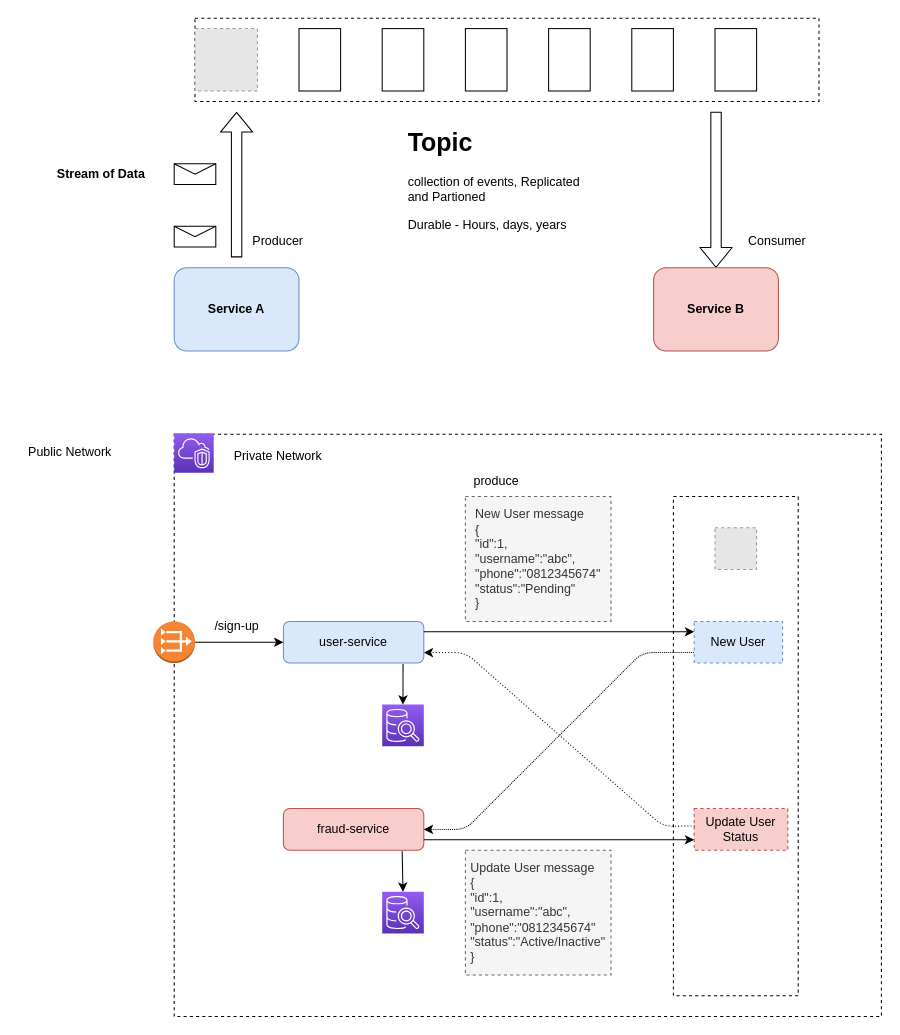
Earlier version of the draw.io diagram kafka.drawio (josdoaitran/full-example-kafka-java-springboot). Source tidied: cells renumbered, new cells numbered last; positions are measured from the earlier drawing's top-left corner, leaving out a move shared by most shapes. Both pictures are drawn from the tidied source at 104%, with x=0, y=0 at pixel (18, 18). Pictures stored in the file or linked from it are replaced by grey dashed boxes.
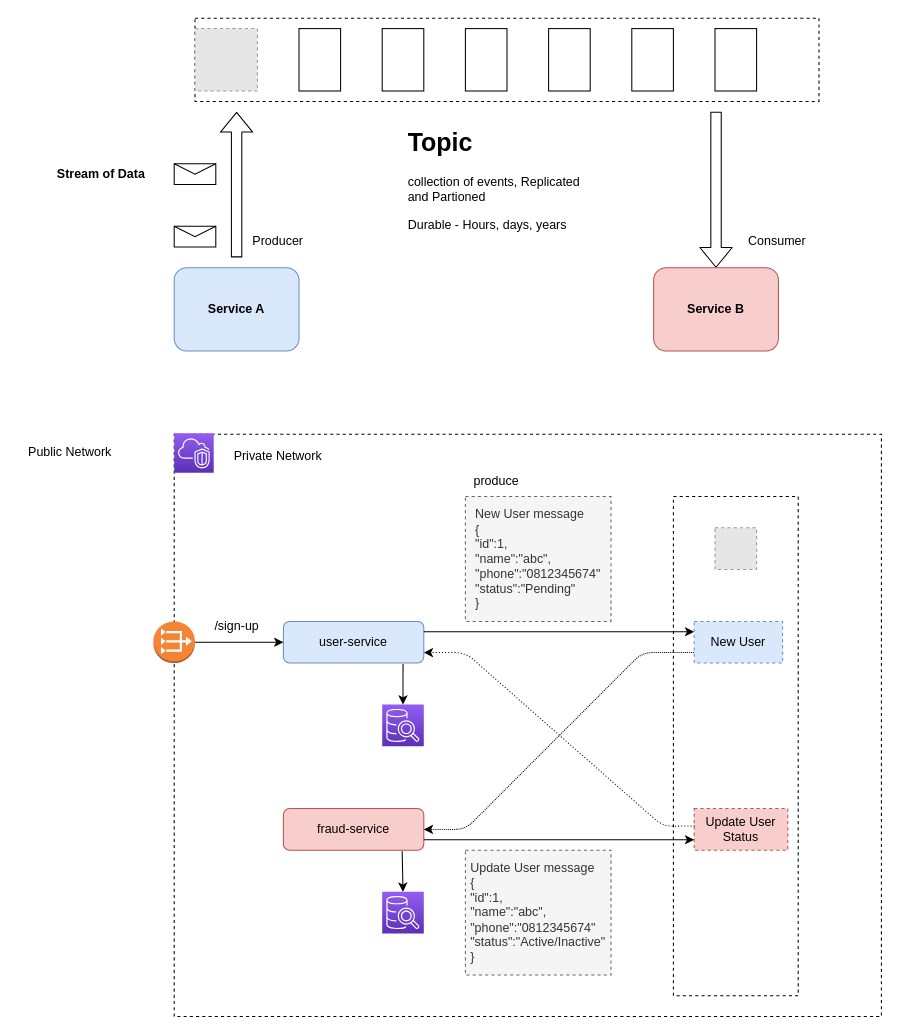
The same page after the edit.

Change to the diagram source:
```diff
@@
-    <mxCell id="32" value="&lt;div style=&quot;text-align: left&quot;&gt;&lt;span&gt;New User message&lt;/span&gt;&lt;/div&gt;&lt;div style=&quot;text-align: left&quot;&gt;&lt;span&gt;{&lt;/span&gt;&lt;/div&gt;&lt;div style=&quot;text-align: left&quot;&gt;&lt;span&gt;&quot;id&quot;:1,&lt;br&gt;&quot;username&quot;:&quot;abc&quot;,&lt;br&gt;&quot;phone&quot;:&quot;0812345674&quot;&lt;br&gt;&quot;status&quot;:&quot;Pending&quot;&lt;/span&gt;&lt;/div&gt;&lt;div style=&quot;text-align: left&quot;&gt;&lt;span&gt;}&lt;/span&gt;&lt;/div&gt;" style="text;html=1;strokeColor=#666666;fillColor=#f5f5f5;align=center;verticalAlign=middle;whiteSpace=wrap;rounded=0;dashed=1;fontColor=#333333;" parent="1" vertex="1">
+    <mxCell id="32" value="&lt;div style=&quot;text-align: left&quot;&gt;&lt;span&gt;New User message&lt;/span&gt;&lt;/div&gt;&lt;div style=&quot;text-align: left&quot;&gt;&lt;span&gt;{&lt;/span&gt;&lt;/div&gt;&lt;div style=&quot;text-align: left&quot;&gt;&lt;span&gt;&quot;id&quot;:1,&lt;br&gt;&quot;name&quot;:&quot;abc&quot;,&lt;br&gt;&quot;phone&quot;:&quot;0812345674&quot;&lt;br&gt;&quot;status&quot;:&quot;Pending&quot;&lt;/span&gt;&lt;/div&gt;&lt;div style=&quot;text-align: left&quot;&gt;&lt;span&gt;}&lt;/span&gt;&lt;/div&gt;" style="text;html=1;strokeColor=#666666;fillColor=#f5f5f5;align=center;verticalAlign=middle;whiteSpace=wrap;rounded=0;dashed=1;fontColor=#333333;" parent="1" vertex="1">
       <mxGeometry x="430" y="460" width="140" height="120" as="geometry" />
     </mxCell>
@@
-    <mxCell id="43" value="&lt;div style=&quot;text-align: left&quot;&gt;&lt;span&gt;Update User message&lt;/span&gt;&lt;/div&gt;&lt;div style=&quot;text-align: left&quot;&gt;&lt;span&gt;{&lt;/span&gt;&lt;/div&gt;&lt;div style=&quot;text-align: left&quot;&gt;&lt;span&gt;&quot;id&quot;:1,&lt;br&gt;&quot;username&quot;:&quot;abc&quot;,&lt;br&gt;&quot;phone&quot;:&quot;0812345674&quot;&lt;br&gt;&quot;status&quot;:&quot;Active/Inactive&quot;&lt;/span&gt;&lt;/div&gt;&lt;div style=&quot;text-align: left&quot;&gt;&lt;span&gt;}&lt;/span&gt;&lt;/div&gt;" style="text;html=1;strokeColor=#666666;fillColor=#f5f5f5;align=center;verticalAlign=middle;whiteSpace=wrap;rounded=0;dashed=1;fontColor=#333333;" parent="1" vertex="1">
+    <mxCell id="43" value="&lt;div style=&quot;text-align: left&quot;&gt;&lt;span&gt;Update User message&lt;/span&gt;&lt;/div&gt;&lt;div style=&quot;text-align: left&quot;&gt;&lt;span&gt;{&lt;/span&gt;&lt;/div&gt;&lt;div style=&quot;text-align: left&quot;&gt;&lt;span&gt;&quot;id&quot;:1,&lt;br&gt;&quot;name&quot;:&quot;abc&quot;,&lt;br&gt;&quot;phone&quot;:&quot;0812345674&quot;&lt;br&gt;&quot;status&quot;:&quot;Active/Inactive&quot;&lt;/span&gt;&lt;/div&gt;&lt;div style=&quot;text-align: left&quot;&gt;&lt;span&gt;}&lt;/span&gt;&lt;/div&gt;" style="text;html=1;strokeColor=#666666;fillColor=#f5f5f5;align=center;verticalAlign=middle;whiteSpace=wrap;rounded=0;dashed=1;fontColor=#333333;" parent="1" vertex="1">
       <mxGeometry x="430" y="800" width="140" height="120" as="geometry" />
     </mxCell>
```
